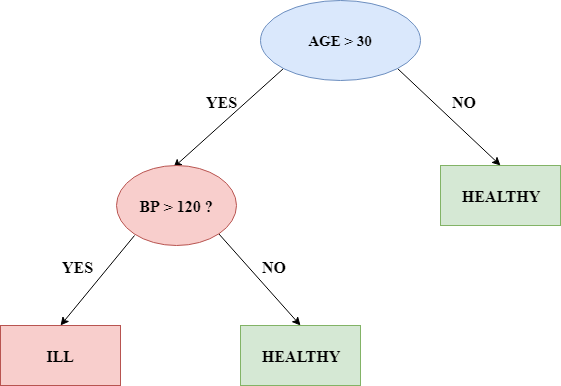
Before: Decision Tree/HIGH BP DECISION TREE.png, a diagram exported from draw.io (anubhav2901/Machine-Learning-Basics). Source tidied: cells renumbered, new cells last; positions are measured from the earlier drawing's top-left corner, leaving out a move shared by most shapes.
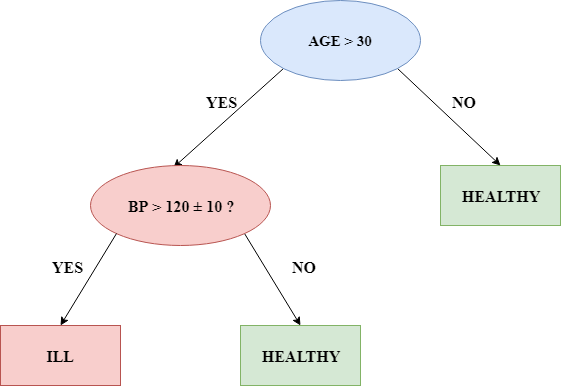
After the commit.

Diff of the diagram source:
```diff
@@ -25,8 +25,8 @@
     <mxCell id="8" style="rounded=0;jettySize=auto;html=1;exitX=1;exitY=1;exitDx=0;exitDy=0;fontFamily=Times New Roman;fontSize=16;entryX=0.5;entryY=0;entryDx=0;entryDy=0;" parent="1" edge="1" source="9" target="11">
       <mxGeometry relative="1" as="geometry" />
     </mxCell>
-    <mxCell id="9" value="BP &amp;gt; 120 ?" style="ellipse;whiteSpace=wrap;html=1;fontFamily=Times New Roman;fontSize=16;fillColor=#f8cecc;strokeColor=#b85450;fontStyle=1;" parent="1" vertex="1">
-      <mxGeometry x="116" y="165" width="120" height="80" as="geometry" />
+    <mxCell id="9" value="BP &amp;gt; 120&amp;nbsp;&lt;span&gt;± 10&amp;nbsp;&lt;/span&gt;?" style="ellipse;whiteSpace=wrap;html=1;fontFamily=Times New Roman;fontSize=16;fillColor=#f8cecc;strokeColor=#b85450;fontStyle=1;" parent="1" vertex="1">
+      <mxGeometry x="90" y="165" width="180" height="80" as="geometry" />
     </mxCell>
     <mxCell id="10" value="ILL" style="rounded=0;whiteSpace=wrap;html=1;fontFamily=Times New Roman;fontSize=16;fillColor=#f8cecc;strokeColor=#b85450;fontStyle=1;" parent="1" vertex="1">
       <mxGeometry y="325" width="120" height="60" as="geometry" />
@@ -34,16 +34,14 @@
     <mxCell id="11" value="HEALTHY" style="rounded=0;whiteSpace=wrap;html=1;fontFamily=Times New Roman;fontSize=16;fillColor=#d5e8d4;strokeColor=#82b366;fontStyle=1;" parent="1" vertex="1">
       <mxGeometry x="240" y="325" width="120" height="60" as="geometry" />
     </mxCell>
-    <mxCell id="12" style="endArrow=classic;html=1;fontFamily=Times New Roman;fontSize=16;entryX=0.5;entryY=0;entryDx=0;entryDy=0;" parent="1" edge="1" target="10">
-      <mxGeometry relative="1" as="geometry">
-        <mxPoint x="134" y="235" as="sourcePoint" />
-      </mxGeometry>
+    <mxCell id="12" style="endArrow=classic;html=1;fontFamily=Times New Roman;fontSize=16;entryX=0.5;entryY=0;entryDx=0;entryDy=0;exitX=0;exitY=1;exitDx=0;exitDy=0;" parent="1" edge="1" source="9" target="10">
+      <mxGeometry relative="1" as="geometry" />
     </mxCell>
     <mxCell id="13" value="YES" style="text;html=1;align=left;verticalAlign=top;spacingTop=-4;fontFamily=Times New Roman;fontStyle=1;fontSize=16;" parent="1" vertex="1">
-      <mxGeometry x="60" y="255" width="40" height="20" as="geometry" />
+      <mxGeometry x="50" y="255" width="40" height="20" as="geometry" />
     </mxCell>
     <mxCell id="14" value="NO" style="text;html=1;align=left;verticalAlign=top;spacingTop=-4;fontFamily=Times New Roman;fontStyle=1;fontSize=16;" parent="1" vertex="1">
-      <mxGeometry x="260" y="255" width="30" height="20" as="geometry" />
+      <mxGeometry x="290" y="255" width="30" height="20" as="geometry" />
     </mxCell>
   </root>
 </mxGraphModel>
```
